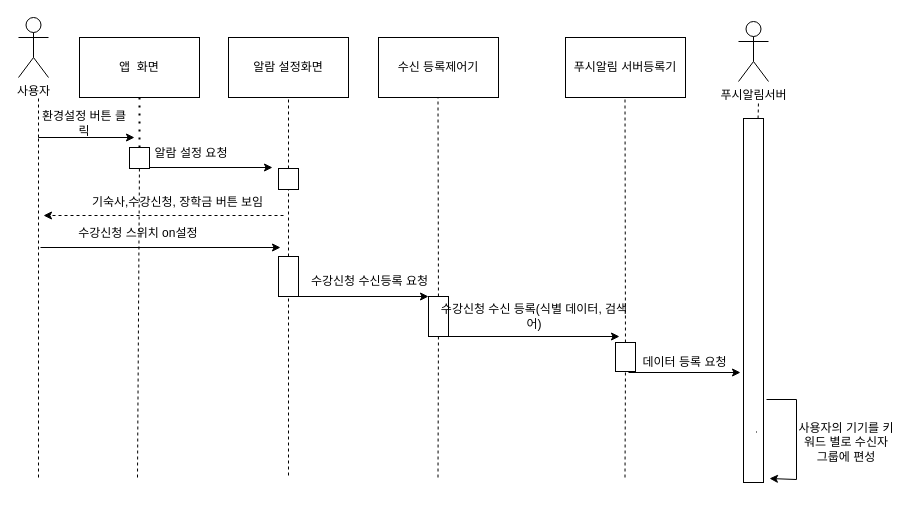
Above: 푸시알림 설정기.drawio in seongjin17/gnu (draw.io), before the change. Source tidied: cells renumbered, new cells numbered last; positions are measured from the earlier drawing's top-left corner, leaving out a move shared by most shapes. Both pictures are drawn from the tidied source at 100%, with x=0, y=0 at pixel (18, 17).
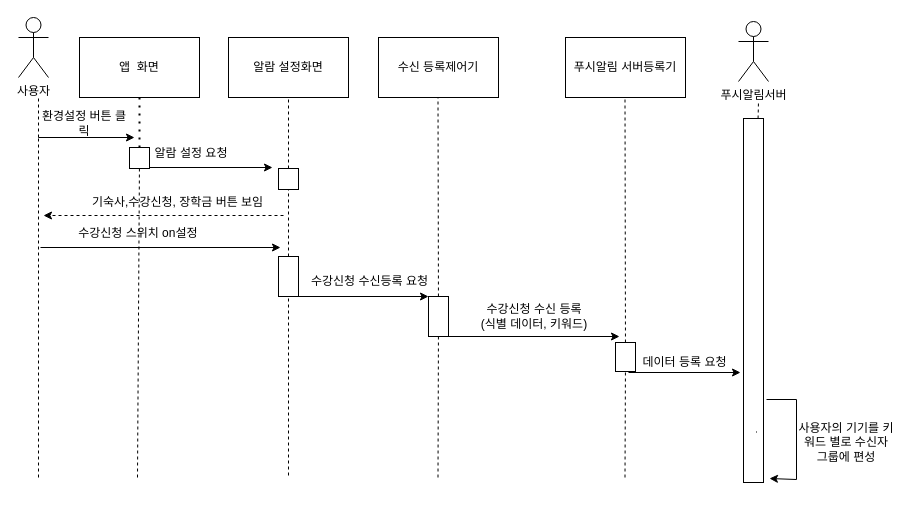
The same page after the edit.

Commit message:
Update 푸시알림 설정기.drawio

The edit, as a diff of the source:
```diff
@@
-    <mxCell id="18" value="수강신청 수신 등록(식별 데이터, 검색어)" style="text;html=1;strokeColor=none;fillColor=none;align=center;verticalAlign=middle;whiteSpace=wrap;rounded=0;" parent="1" vertex="1">
+    <mxCell id="18" value="수강신청 수신 등록&lt;br&gt;(식별 데이터, 키워드)" style="text;html=1;strokeColor=none;fillColor=none;align=center;verticalAlign=middle;whiteSpace=wrap;rounded=0;" parent="1" vertex="1">
       <mxGeometry x="421" y="279" width="190" height="40" as="geometry" />
     </mxCell>
```
